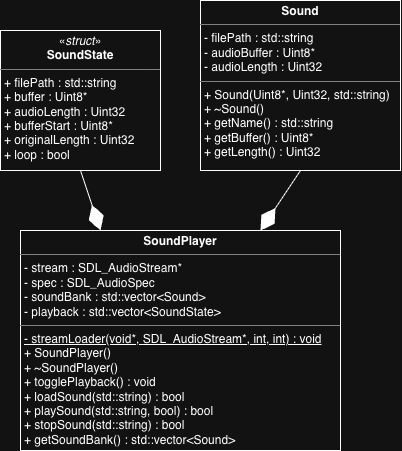
Before: images/SoundPlayer_UML.png, a diagram exported from draw.io (cgreen2048/ArtHuddle). Source tidied: cells renumbered, new cells last; positions are measured from the earlier drawing's top-left corner, leaving out a move shared by most shapes.
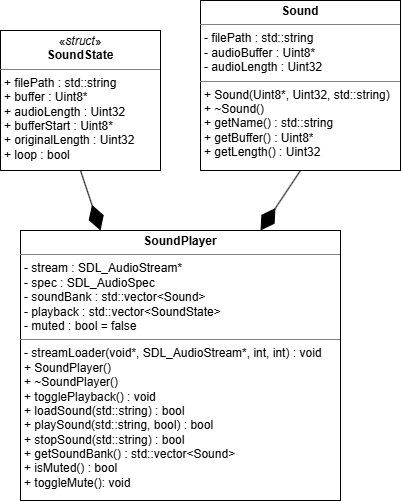
Above is the later version.

Diff of the diagram source:
```diff
@@ -8,8 +8,8 @@
     <mxCell id="3" value="&lt;p style=&quot;margin: 4px 0px 0px; text-align: center;&quot;&gt;&lt;b&gt;Sound&lt;/b&gt;&lt;/p&gt;&lt;hr size=&quot;1&quot; style=&quot;border-style: solid;&quot;&gt;&lt;p style=&quot;margin: 0px 0px 0px 4px;&quot;&gt;- filePath :&amp;nbsp;&lt;span style=&quot;background-color: transparent; color: light-dark(rgb(0, 0, 0), rgb(255, 255, 255));&quot;&gt;std::string&lt;/span&gt;&lt;/p&gt;&lt;p style=&quot;margin: 0px 0px 0px 4px;&quot;&gt;- audioBuffer :&amp;nbsp;&lt;span style=&quot;background-color: transparent; color: light-dark(rgb(0, 0, 0), rgb(255, 255, 255));&quot;&gt;Uint8*&lt;/span&gt;&lt;/p&gt;&lt;p style=&quot;margin: 0px 0px 0px 4px;&quot;&gt;- audioLength :&amp;nbsp;&lt;span style=&quot;background-color: transparent; color: light-dark(rgb(0, 0, 0), rgb(255, 255, 255));&quot;&gt;Uint32&lt;/span&gt;&lt;/p&gt;&lt;hr size=&quot;1&quot; style=&quot;border-style:solid;&quot;&gt;&lt;p style=&quot;margin:0px;margin-left:4px;&quot;&gt;+ Sound(Uint8*, Uint32, std::string)&lt;/p&gt;&lt;p style=&quot;margin:0px;margin-left:4px;&quot;&gt;+ ~Sound()&lt;/p&gt;&lt;p style=&quot;margin:0px;margin-left:4px;&quot;&gt;+ getName() :&amp;nbsp;&lt;span style=&quot;background-color: transparent; color: light-dark(rgb(0, 0, 0), rgb(255, 255, 255));&quot;&gt;std::string&lt;/span&gt;&lt;/p&gt;&lt;p style=&quot;margin:0px;margin-left:4px;&quot;&gt;+ getBuffer() :&amp;nbsp;&lt;span style=&quot;background-color: transparent; color: light-dark(rgb(0, 0, 0), rgb(255, 255, 255));&quot;&gt;Uint8*&lt;/span&gt;&lt;/p&gt;&lt;p style=&quot;margin:0px;margin-left:4px;&quot;&gt;+ getLength() :&amp;nbsp;&lt;span style=&quot;background-color: transparent; color: light-dark(rgb(0, 0, 0), rgb(255, 255, 255));&quot;&gt;Uint32&lt;/span&gt;&lt;/p&gt;" style="verticalAlign=top;align=left;overflow=fill;html=1;whiteSpace=wrap;" parent="1" vertex="1">
       <mxGeometry x="200" width="200" height="170" as="geometry" />
     </mxCell>
-    <mxCell id="4" value="&lt;p style=&quot;margin: 4px 0px 0px; text-align: center;&quot;&gt;&lt;b&gt;SoundPlayer&lt;/b&gt;&lt;/p&gt;&lt;hr size=&quot;1&quot; style=&quot;border-style: solid;&quot;&gt;&lt;p style=&quot;margin: 0px 0px 0px 4px;&quot;&gt;- stream :&amp;nbsp;&lt;span style=&quot;background-color: transparent; color: light-dark(rgb(0, 0, 0), rgb(255, 255, 255));&quot;&gt;SDL_AudioStream*&lt;/span&gt;&lt;/p&gt;&lt;p style=&quot;margin: 0px 0px 0px 4px;&quot;&gt;- spec :&amp;nbsp;&lt;span style=&quot;background-color: transparent; color: light-dark(rgb(0, 0, 0), rgb(255, 255, 255));&quot;&gt;SDL_AudioSpec&lt;/span&gt;&lt;/p&gt;&lt;p style=&quot;margin: 0px 0px 0px 4px;&quot;&gt;- soundBank :&amp;nbsp;&lt;span style=&quot;background-color: transparent; color: light-dark(rgb(0, 0, 0), rgb(255, 255, 255));&quot;&gt;std::vector&amp;lt;Sound&amp;gt;&lt;/span&gt;&lt;span style=&quot;background-color: transparent; color: light-dark(rgb(0, 0, 0), rgb(255, 255, 255));&quot;&gt;&amp;nbsp;&lt;/span&gt;&lt;/p&gt;&lt;p style=&quot;margin: 0px 0px 0px 4px;&quot;&gt;- playback :&amp;nbsp;&lt;span style=&quot;background-color: transparent; color: light-dark(rgb(0, 0, 0), rgb(255, 255, 255));&quot;&gt;std::vector&amp;lt;SoundState&amp;gt;&lt;/span&gt;&lt;span style=&quot;background-color: transparent; color: light-dark(rgb(0, 0, 0), rgb(255, 255, 255));&quot;&gt;&amp;nbsp;&lt;/span&gt;&lt;/p&gt;&lt;hr size=&quot;1&quot; style=&quot;border-style:solid;&quot;&gt;&lt;p style=&quot;margin:0px;margin-left:4px;&quot;&gt;&lt;u&gt;- streamLoader(void*, SDL_AudioStream*, int, int) : void&lt;/u&gt;&lt;/p&gt;&lt;p style=&quot;margin:0px;margin-left:4px;&quot;&gt;+ SoundPlayer()&lt;/p&gt;&lt;p style=&quot;margin:0px;margin-left:4px;&quot;&gt;+ ~SoundPlayer()&lt;/p&gt;&lt;p style=&quot;margin:0px;margin-left:4px;&quot;&gt;+ togglePlayback() :&amp;nbsp;&lt;span style=&quot;background-color: transparent; color: light-dark(rgb(0, 0, 0), rgb(255, 255, 255));&quot;&gt;void&lt;/span&gt;&lt;/p&gt;&lt;p style=&quot;margin:0px;margin-left:4px;&quot;&gt;+ loadSound(std::string) :&amp;nbsp;&lt;span style=&quot;background-color: transparent; color: light-dark(rgb(0, 0, 0), rgb(255, 255, 255));&quot;&gt;bool&lt;/span&gt;&lt;/p&gt;&lt;p style=&quot;margin:0px;margin-left:4px;&quot;&gt;+ playSound(std::string, bool) :&amp;nbsp;&lt;span style=&quot;background-color: transparent; color: light-dark(rgb(0, 0, 0), rgb(255, 255, 255));&quot;&gt;bool&lt;/span&gt;&lt;/p&gt;&lt;p style=&quot;margin:0px;margin-left:4px;&quot;&gt;+ stopSound(std::string) :&amp;nbsp;&lt;span style=&quot;background-color: transparent; color: light-dark(rgb(0, 0, 0), rgb(255, 255, 255));&quot;&gt;bool&lt;/span&gt;&lt;/p&gt;&lt;p style=&quot;margin:0px;margin-left:4px;&quot;&gt;&lt;/p&gt;&lt;p style=&quot;margin:0px;margin-left:4px;&quot;&gt;+ getSoundBank() :&amp;nbsp;&lt;span style=&quot;background-color: transparent; color: light-dark(rgb(0, 0, 0), rgb(255, 255, 255));&quot;&gt;std::vector&amp;lt;Sound&amp;gt;&lt;/span&gt;&lt;/p&gt;" style="verticalAlign=top;align=left;overflow=fill;html=1;whiteSpace=wrap;" parent="1" vertex="1">
-      <mxGeometry x="20" y="230" width="320" height="220" as="geometry" />
+    <mxCell id="4" value="&lt;p style=&quot;margin: 4px 0px 0px; text-align: center;&quot;&gt;&lt;b&gt;SoundPlayer&lt;/b&gt;&lt;/p&gt;&lt;hr size=&quot;1&quot; style=&quot;border-style: solid;&quot;&gt;&lt;p style=&quot;margin: 0px 0px 0px 4px;&quot;&gt;- stream :&amp;nbsp;&lt;span style=&quot;background-color: transparent; color: light-dark(rgb(0, 0, 0), rgb(255, 255, 255));&quot;&gt;SDL_AudioStream*&lt;/span&gt;&lt;/p&gt;&lt;p style=&quot;margin: 0px 0px 0px 4px;&quot;&gt;- spec :&amp;nbsp;&lt;span style=&quot;background-color: transparent; color: light-dark(rgb(0, 0, 0), rgb(255, 255, 255));&quot;&gt;SDL_AudioSpec&lt;/span&gt;&lt;/p&gt;&lt;p style=&quot;margin: 0px 0px 0px 4px;&quot;&gt;- soundBank :&amp;nbsp;&lt;span style=&quot;background-color: transparent; color: light-dark(rgb(0, 0, 0), rgb(255, 255, 255));&quot;&gt;std::vector&amp;lt;Sound&amp;gt;&lt;/span&gt;&lt;span style=&quot;background-color: transparent; color: light-dark(rgb(0, 0, 0), rgb(255, 255, 255));&quot;&gt;&amp;nbsp;&lt;/span&gt;&lt;/p&gt;&lt;p style=&quot;margin: 0px 0px 0px 4px;&quot;&gt;- playback :&amp;nbsp;&lt;span style=&quot;background-color: transparent; color: light-dark(rgb(0, 0, 0), rgb(255, 255, 255));&quot;&gt;std::vector&amp;lt;SoundState&amp;gt;&lt;/span&gt;&lt;span style=&quot;background-color: transparent; color: light-dark(rgb(0, 0, 0), rgb(255, 255, 255));&quot;&gt;&amp;nbsp;&lt;/span&gt;&lt;/p&gt;&lt;p style=&quot;margin: 0px 0px 0px 4px;&quot;&gt;&lt;span style=&quot;background-color: transparent; color: light-dark(rgb(0, 0, 0), rgb(255, 255, 255));&quot;&gt;- muted : bool = false&lt;/span&gt;&lt;/p&gt;&lt;hr size=&quot;1&quot; style=&quot;border-style:solid;&quot;&gt;&lt;p style=&quot;margin:0px;margin-left:4px;&quot;&gt;- streamLoader(void*, SDL_AudioStream*, int, int) : void&lt;/p&gt;&lt;p style=&quot;margin:0px;margin-left:4px;&quot;&gt;+ SoundPlayer()&lt;/p&gt;&lt;p style=&quot;margin:0px;margin-left:4px;&quot;&gt;+ ~SoundPlayer()&lt;/p&gt;&lt;p style=&quot;margin:0px;margin-left:4px;&quot;&gt;+ togglePlayback() :&amp;nbsp;&lt;span style=&quot;background-color: transparent; color: light-dark(rgb(0, 0, 0), rgb(255, 255, 255));&quot;&gt;void&lt;/span&gt;&lt;/p&gt;&lt;p style=&quot;margin:0px;margin-left:4px;&quot;&gt;+ loadSound(std::string) :&amp;nbsp;&lt;span style=&quot;background-color: transparent; color: light-dark(rgb(0, 0, 0), rgb(255, 255, 255));&quot;&gt;bool&lt;/span&gt;&lt;/p&gt;&lt;p style=&quot;margin:0px;margin-left:4px;&quot;&gt;+ playSound(std::string, bool) :&amp;nbsp;&lt;span style=&quot;background-color: transparent; color: light-dark(rgb(0, 0, 0), rgb(255, 255, 255));&quot;&gt;bool&lt;/span&gt;&lt;/p&gt;&lt;p style=&quot;margin:0px;margin-left:4px;&quot;&gt;+ stopSound(std::string) :&amp;nbsp;&lt;span style=&quot;background-color: transparent; color: light-dark(rgb(0, 0, 0), rgb(255, 255, 255));&quot;&gt;bool&lt;/span&gt;&lt;/p&gt;&lt;p style=&quot;margin:0px;margin-left:4px;&quot;&gt;&lt;/p&gt;&lt;p style=&quot;margin:0px;margin-left:4px;&quot;&gt;+ getSoundBank() :&amp;nbsp;&lt;span style=&quot;background-color: transparent; color: light-dark(rgb(0, 0, 0), rgb(255, 255, 255));&quot;&gt;std::vector&amp;lt;Sound&amp;gt;&lt;/span&gt;&lt;/p&gt;&lt;p style=&quot;margin:0px;margin-left:4px;&quot;&gt;&lt;span style=&quot;background-color: transparent; color: light-dark(rgb(0, 0, 0), rgb(255, 255, 255));&quot;&gt;+ isMuted() : bool&lt;/span&gt;&lt;/p&gt;&lt;p style=&quot;margin:0px;margin-left:4px;&quot;&gt;&lt;span style=&quot;background-color: transparent; color: light-dark(rgb(0, 0, 0), rgb(255, 255, 255));&quot;&gt;+ toggleMute(): void&lt;/span&gt;&lt;/p&gt;" style="verticalAlign=top;align=left;overflow=fill;html=1;whiteSpace=wrap;" parent="1" vertex="1">
+      <mxGeometry x="20" y="230" width="320" height="270" as="geometry" />
     </mxCell>
     <mxCell id="5" style="endArrow=diamondThin;endFill=1;endSize=24;html=1;rounded=0;entryX=0.25;entryY=0;entryDx=0;entryDy=0;exitX=0.5;exitY=1;exitDx=0;exitDy=0;" parent="1" edge="1" source="2" target="4">
       <mxGeometry relative="1" as="geometry" />
```
